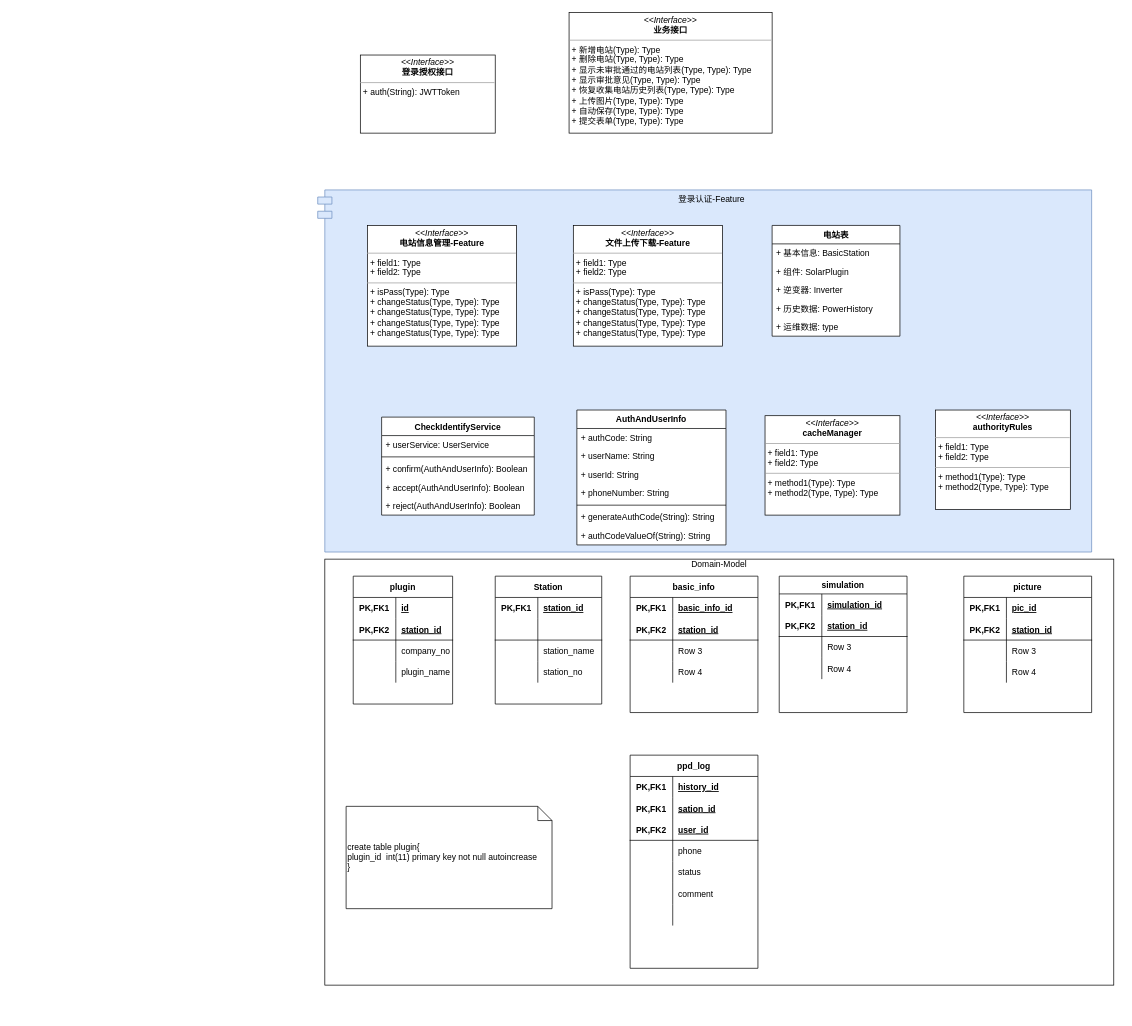
Before: page "Page-2" (2 of 2) of package.drawio in gg2herry/drawio, a draw.io diagram. Source tidied: cells renumbered, new cells numbered last; positions are measured from the earlier drawing's top-left corner, leaving out a move shared by most shapes. Both pictures are drawn from the tidied source at 71%, with x=0, y=0 at pixel (317, 12).
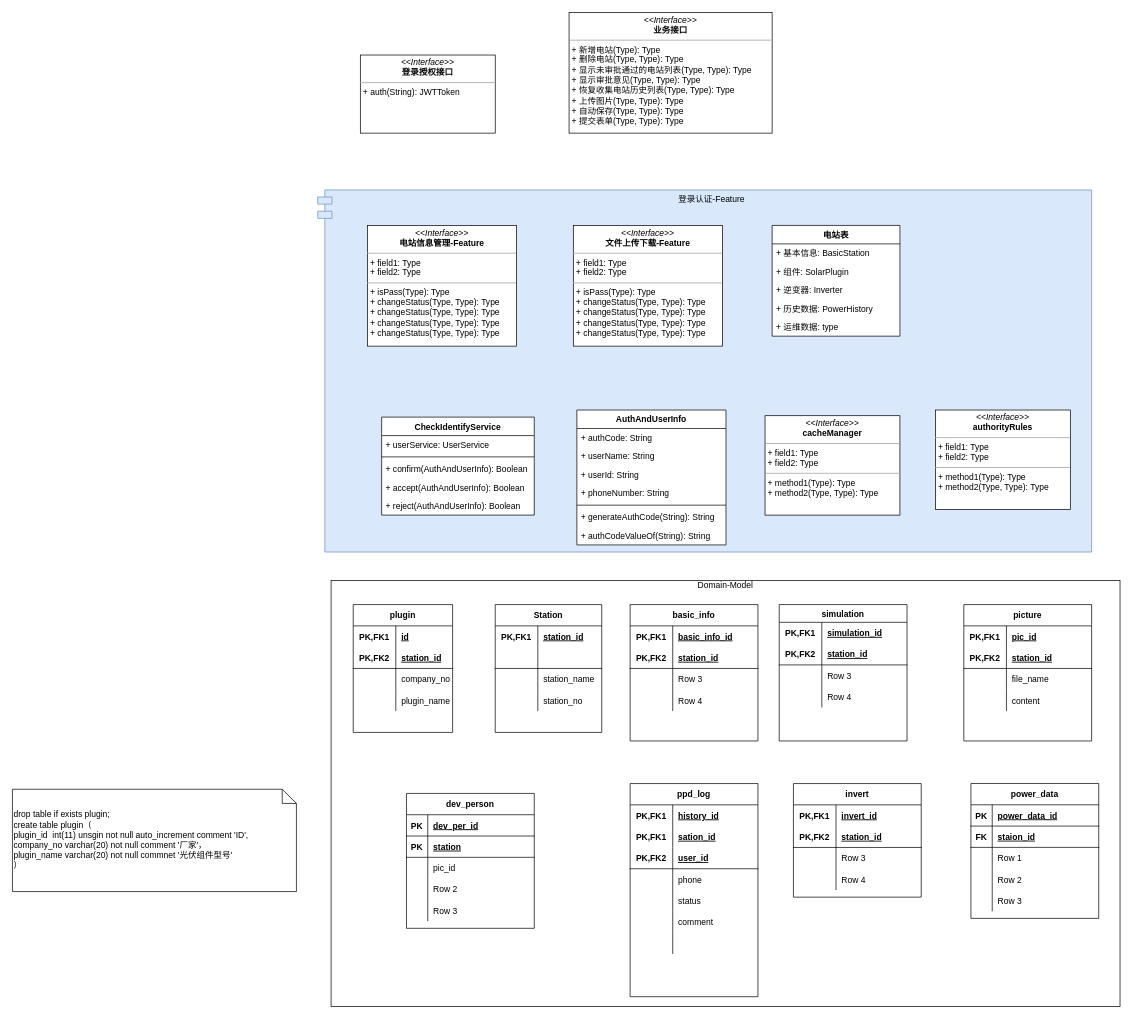
Above is the later version.

The change refers to these unchanged cells:
```xml
<mxCell id="90" style="shape=partialRectangle;fillColor=none;top=0;left=0;bottom=0;right=0;" parent="83" vertex="1">
  <mxGeometry y="90" width="180" height="30" as="geometry" />
</mxCell>
<mxCell id="93" style="shape=partialRectangle;fillColor=none;top=0;left=0;bottom=0;right=0;" parent="83" vertex="1">
  <mxGeometry y="120" width="180" height="30" as="geometry" />
</mxCell>
```

The edit, as a diff of the source:
```diff
@@
     <mxCell id="29" style="group;" parent="1" vertex="1">
-      <mxGeometry x="18.8" y="770" width="1111.2" height="600" as="geometry" />
+      <mxGeometry x="18.8" y="810" width="1111.2" height="600" as="geometry" />
     </mxCell>
     <mxCell id="30" value="Domain-Model" style="verticalAlign=top;align=center;overflow=fill;html=1;fontFamily=Helvetica;fontSize=12;fontColor=#000000;strokeColor=#000000;fillColor=#ffffff;" parent="29" vertex="1">
-      <mxGeometry x="-8.8" width="1111.2" height="600" as="geometry" />
+      <mxGeometry y="-10" width="1111.2" height="600" as="geometry" />
     </mxCell>
@@
-    <mxCell id="92" value="Row 3" style="shape=partialRectangle;fillColor=none;top=0;left=0;bottom=0;right=0;align=left;spacingLeft=6;overflow=hidden;" parent="90" vertex="1">
+    <mxCell id="92" value="file_name" style="shape=partialRectangle;fillColor=none;top=0;left=0;bottom=0;right=0;align=left;spacingLeft=6;overflow=hidden;" parent="90" vertex="1">
       <mxGeometry x="60" width="120" height="30" as="geometry" />
     </mxCell>
@@
-    <mxCell id="95" value="Row 4" style="shape=partialRectangle;fillColor=none;top=0;left=0;bottom=0;right=0;align=left;spacingLeft=6;overflow=hidden;" parent="93" vertex="1">
+    <mxCell id="95" value="content" style="shape=partialRectangle;fillColor=none;top=0;left=0;bottom=0;right=0;align=left;spacingLeft=6;overflow=hidden;" parent="93" vertex="1">
       <mxGeometry x="60" width="120" height="30" as="geometry" />
     </mxCell>
-    <mxCell id="96" value="&lt;div&gt;&lt;span&gt;create table plugin{&lt;/span&gt;&lt;/div&gt;&lt;div&gt;&lt;span&gt;plugin_id&amp;nbsp; int(11) primary key not null autoincrease&amp;nbsp;&lt;/span&gt;&lt;/div&gt;}" style="shape=note;size=20;whiteSpace=wrap;html=1;align=left;" parent="29" vertex="1">
-      <mxGeometry x="21.2" y="348.2" width="290" height="144.1" as="geometry" />
-    </mxCell>
@@
+    <mxCell id="119" value="invert" style="shape=table;startSize=30;childLayout=tableLayout;rowLines=0;fontStyle=1;align=center;" parent="29" vertex="1">
+      <mxGeometry x="651.2" y="276.1" width="180" height="160" as="geometry" />
+    </mxCell>
+    <mxCell id="120" style="shape=partialRectangle;fillColor=none;top=0;left=0;bottom=0;right=0;" parent="119" vertex="1">
+      <mxGeometry y="30" width="180" height="30" as="geometry" />
+    </mxCell>
+    <mxCell id="121" value="PK,FK1" style="shape=partialRectangle;fillColor=none;top=0;left=0;bottom=0;right=0;fontStyle=1;overflow=hidden;" parent="120" vertex="1">
+      <mxGeometry width="60" height="30" as="geometry" />
+    </mxCell>
+    <mxCell id="122" value="invert_id" style="shape=partialRectangle;fillColor=none;top=0;left=0;bottom=0;right=0;align=left;spacingLeft=6;fontStyle=5;overflow=hidden;" parent="120" vertex="1">
+      <mxGeometry x="60" width="120" height="30" as="geometry" />
+    </mxCell>
+    <mxCell id="123" style="shape=partialRectangle;fillColor=none;top=0;left=0;bottom=1;right=0;" parent="119" vertex="1">
+      <mxGeometry y="60" width="180" height="30" as="geometry" />
+    </mxCell>
+    <mxCell id="124" value="PK,FK2" style="shape=partialRectangle;fillColor=none;top=0;left=0;bottom=0;right=0;fontStyle=1;overflow=hidden;" parent="123" vertex="1">
+      <mxGeometry width="60" height="30" as="geometry" />
+    </mxCell>
+    <mxCell id="125" value="station_id" style="shape=partialRectangle;fillColor=none;top=0;left=0;bottom=0;right=0;align=left;spacingLeft=6;fontStyle=5;overflow=hidden;" parent="123" vertex="1">
+      <mxGeometry x="60" width="120" height="30" as="geometry" />
+    </mxCell>
+    <mxCell id="126" style="shape=partialRectangle;fillColor=none;top=0;left=0;bottom=0;right=0;" parent="119" vertex="1">
+      <mxGeometry y="90" width="180" height="30" as="geometry" />
+    </mxCell>
+    <mxCell id="127" style="shape=partialRectangle;fillColor=none;top=0;left=0;bottom=0;right=0;overflow=hidden;" parent="126" vertex="1">
+      <mxGeometry width="60" height="30" as="geometry" />
+    </mxCell>
+    <mxCell id="128" value="Row 3" style="shape=partialRectangle;fillColor=none;top=0;left=0;bottom=0;right=0;align=left;spacingLeft=6;overflow=hidden;" parent="126" vertex="1">
+      <mxGeometry x="60" width="120" height="30" as="geometry" />
+    </mxCell>
+    <mxCell id="129" style="shape=partialRectangle;fillColor=none;top=0;left=0;bottom=0;right=0;" parent="119" vertex="1">
+      <mxGeometry y="120" width="180" height="30" as="geometry" />
+    </mxCell>
+    <mxCell id="130" style="shape=partialRectangle;fillColor=none;top=0;left=0;bottom=0;right=0;overflow=hidden;" parent="129" vertex="1">
+      <mxGeometry width="60" height="30" as="geometry" />
+    </mxCell>
+    <mxCell id="131" value="Row 4" style="shape=partialRectangle;fillColor=none;top=0;left=0;bottom=0;right=0;align=left;spacingLeft=6;overflow=hidden;" parent="129" vertex="1">
+      <mxGeometry x="60" width="120" height="30" as="geometry" />
+    </mxCell>
+    <mxCell id="132" value="power_data" style="shape=table;startSize=30;childLayout=tableLayout;rowLines=0;fontStyle=1;align=center;" parent="29" vertex="1">
+      <mxGeometry x="901.2" y="276" width="180" height="190" as="geometry" />
+    </mxCell>
+    <mxCell id="133" style="shape=partialRectangle;fillColor=none;top=0;left=0;bottom=1;right=0;" parent="132" vertex="1">
+      <mxGeometry y="30" width="180" height="30" as="geometry" />
+    </mxCell>
+    <mxCell id="134" value="PK" style="shape=partialRectangle;fillColor=none;top=0;left=0;bottom=0;right=0;fontStyle=1;overflow=hidden;" parent="133" vertex="1">
+      <mxGeometry width="30" height="30" as="geometry" />
+    </mxCell>
+    <mxCell id="135" value="power_data_id" style="shape=partialRectangle;fillColor=none;top=0;left=0;bottom=0;right=0;align=left;spacingLeft=6;fontStyle=5;overflow=hidden;" parent="133" vertex="1">
+      <mxGeometry x="30" width="150" height="30" as="geometry" />
+    </mxCell>
+    <mxCell id="136" style="shape=partialRectangle;fillColor=none;top=0;left=0;bottom=1;right=0;" parent="132" vertex="1">
+      <mxGeometry y="60" width="180" height="30" as="geometry" />
+    </mxCell>
+    <mxCell id="137" value="FK" style="shape=partialRectangle;fillColor=none;top=0;left=0;bottom=0;right=0;fontStyle=1;overflow=hidden;" parent="136" vertex="1">
+      <mxGeometry width="30" height="30" as="geometry" />
+    </mxCell>
+    <mxCell id="138" value="staion_id" style="shape=partialRectangle;fillColor=none;top=0;left=0;bottom=0;right=0;align=left;spacingLeft=6;fontStyle=5;overflow=hidden;" parent="136" vertex="1">
+      <mxGeometry x="30" width="150" height="30" as="geometry" />
+    </mxCell>
+    <mxCell id="139" style="shape=partialRectangle;fillColor=none;top=0;left=0;bottom=0;right=0;" parent="132" vertex="1">
+      <mxGeometry y="90" width="180" height="30" as="geometry" />
+    </mxCell>
+    <mxCell id="140" style="shape=partialRectangle;fillColor=none;top=0;left=0;bottom=0;right=0;overflow=hidden;" parent="139" vertex="1">
+      <mxGeometry width="30" height="30" as="geometry" />
+    </mxCell>
+    <mxCell id="141" value="Row 1" style="shape=partialRectangle;fillColor=none;top=0;left=0;bottom=0;right=0;align=left;spacingLeft=6;overflow=hidden;" parent="139" vertex="1">
+      <mxGeometry x="30" width="150" height="30" as="geometry" />
+    </mxCell>
+    <mxCell id="142" style="shape=partialRectangle;fillColor=none;top=0;left=0;bottom=0;right=0;" parent="132" vertex="1">
+      <mxGeometry y="120" width="180" height="30" as="geometry" />
+    </mxCell>
+    <mxCell id="143" style="shape=partialRectangle;fillColor=none;top=0;left=0;bottom=0;right=0;overflow=hidden;" parent="142" vertex="1">
+      <mxGeometry width="30" height="30" as="geometry" />
+    </mxCell>
+    <mxCell id="144" value="Row 2" style="shape=partialRectangle;fillColor=none;top=0;left=0;bottom=0;right=0;align=left;spacingLeft=6;overflow=hidden;" parent="142" vertex="1">
+      <mxGeometry x="30" width="150" height="30" as="geometry" />
+    </mxCell>
+    <mxCell id="145" style="shape=partialRectangle;fillColor=none;top=0;left=0;bottom=0;right=0;" parent="132" vertex="1">
+      <mxGeometry y="150" width="180" height="30" as="geometry" />
+    </mxCell>
+    <mxCell id="146" style="shape=partialRectangle;fillColor=none;top=0;left=0;bottom=0;right=0;overflow=hidden;" parent="145" vertex="1">
+      <mxGeometry width="30" height="30" as="geometry" />
+    </mxCell>
+    <mxCell id="147" value="Row 3" style="shape=partialRectangle;fillColor=none;top=0;left=0;bottom=0;right=0;align=left;spacingLeft=6;overflow=hidden;" parent="145" vertex="1">
+      <mxGeometry x="30" width="150" height="30" as="geometry" />
+    </mxCell>
+    <mxCell id="148" value="dev_person" style="shape=table;startSize=30;childLayout=tableLayout;rowLines=0;fontStyle=1;align=center;" parent="29" vertex="1">
+      <mxGeometry x="106.2" y="290" width="180" height="190" as="geometry" />
+    </mxCell>
+    <mxCell id="149" style="shape=partialRectangle;fillColor=none;top=0;left=0;bottom=1;right=0;" parent="148" vertex="1">
+      <mxGeometry y="30" width="180" height="30" as="geometry" />
+    </mxCell>
+    <mxCell id="150" value="PK" style="shape=partialRectangle;fillColor=none;top=0;left=0;bottom=0;right=0;fontStyle=1;overflow=hidden;" parent="149" vertex="1">
+      <mxGeometry width="30" height="30" as="geometry" />
+    </mxCell>
+    <mxCell id="151" value="dev_per_id" style="shape=partialRectangle;fillColor=none;top=0;left=0;bottom=0;right=0;align=left;spacingLeft=6;fontStyle=5;overflow=hidden;" parent="149" vertex="1">
+      <mxGeometry x="30" width="150" height="30" as="geometry" />
+    </mxCell>
+    <mxCell id="152" style="shape=partialRectangle;fillColor=none;top=0;left=0;bottom=1;right=0;" parent="148" vertex="1">
+      <mxGeometry y="60" width="180" height="30" as="geometry" />
+    </mxCell>
+    <mxCell id="153" value="PK" style="shape=partialRectangle;fillColor=none;top=0;left=0;bottom=0;right=0;fontStyle=1;overflow=hidden;" parent="152" vertex="1">
+      <mxGeometry width="30" height="30" as="geometry" />
+    </mxCell>
+    <mxCell id="154" value="station" style="shape=partialRectangle;fillColor=none;top=0;left=0;bottom=0;right=0;align=left;spacingLeft=6;fontStyle=5;overflow=hidden;" parent="152" vertex="1">
+      <mxGeometry x="30" width="150" height="30" as="geometry" />
+    </mxCell>
+    <mxCell id="155" style="shape=partialRectangle;fillColor=none;top=0;left=0;bottom=0;right=0;" parent="148" vertex="1">
+      <mxGeometry y="90" width="180" height="30" as="geometry" />
+    </mxCell>
+    <mxCell id="156" style="shape=partialRectangle;fillColor=none;top=0;left=0;bottom=0;right=0;overflow=hidden;" parent="155" vertex="1">
+      <mxGeometry width="30" height="30" as="geometry" />
+    </mxCell>
+    <mxCell id="157" value="pic_id" style="shape=partialRectangle;fillColor=none;top=0;left=0;bottom=0;right=0;align=left;spacingLeft=6;overflow=hidden;" parent="155" vertex="1">
+      <mxGeometry x="30" width="150" height="30" as="geometry" />
+    </mxCell>
+    <mxCell id="158" style="shape=partialRectangle;fillColor=none;top=0;left=0;bottom=0;right=0;" parent="148" vertex="1">
+      <mxGeometry y="120" width="180" height="30" as="geometry" />
+    </mxCell>
+    <mxCell id="159" style="shape=partialRectangle;fillColor=none;top=0;left=0;bottom=0;right=0;overflow=hidden;" parent="158" vertex="1">
+      <mxGeometry width="30" height="30" as="geometry" />
+    </mxCell>
+    <mxCell id="160" value="Row 2" style="shape=partialRectangle;fillColor=none;top=0;left=0;bottom=0;right=0;align=left;spacingLeft=6;overflow=hidden;" parent="158" vertex="1">
+      <mxGeometry x="30" width="150" height="30" as="geometry" />
+    </mxCell>
+    <mxCell id="161" style="shape=partialRectangle;fillColor=none;top=0;left=0;bottom=0;right=0;" parent="148" vertex="1">
+      <mxGeometry y="150" width="180" height="30" as="geometry" />
+    </mxCell>
+    <mxCell id="162" style="shape=partialRectangle;fillColor=none;top=0;left=0;bottom=0;right=0;overflow=hidden;" parent="161" vertex="1">
+      <mxGeometry width="30" height="30" as="geometry" />
+    </mxCell>
+    <mxCell id="163" value="Row 3" style="shape=partialRectangle;fillColor=none;top=0;left=0;bottom=0;right=0;align=left;spacingLeft=6;overflow=hidden;" parent="161" vertex="1">
+      <mxGeometry x="30" width="150" height="30" as="geometry" />
+    </mxCell>
+    <mxCell id="96" value="&lt;div&gt;&lt;span&gt;drop table if exists plugin;&lt;/span&gt;&lt;/div&gt;&lt;div&gt;&lt;span&gt;create table plugin（&lt;/span&gt;&lt;/div&gt;&lt;div&gt;&lt;span&gt;plugin_id&amp;nbsp; int(11) unsgin not null auto_increment comment 'ID',&lt;/span&gt;&lt;/div&gt;&lt;div&gt;company_no varchar(20) not null comment '厂家'，&lt;/div&gt;&lt;div&gt;plugin_name varchar(20) not null commnet '光伏组件型号'&lt;/div&gt;&lt;div&gt;&lt;span&gt;）&lt;/span&gt;&lt;/div&gt;" style="shape=note;size=20;whiteSpace=wrap;html=1;align=left;" parent="1" vertex="1">
+      <mxGeometry x="-430" y="1094.1" width="400" height="144.1" as="geometry" />
+    </mxCell>
```
